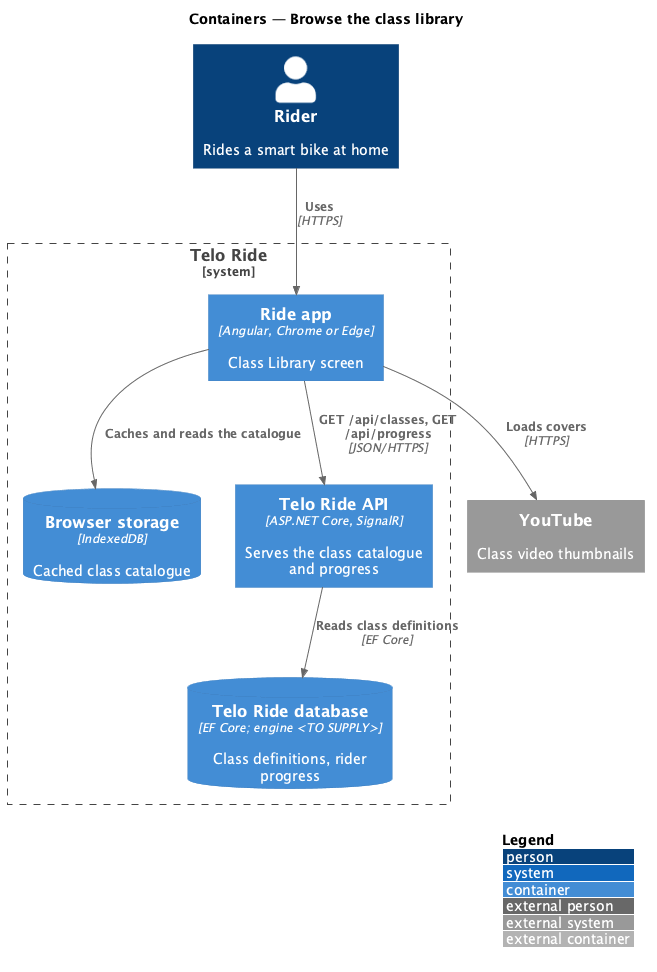
Above: docs/detailed-designs/classes/browse-the-class-library/diagrams/c4-container.png in QuinntyneBrown/ride-one (PlantUML), before the change.
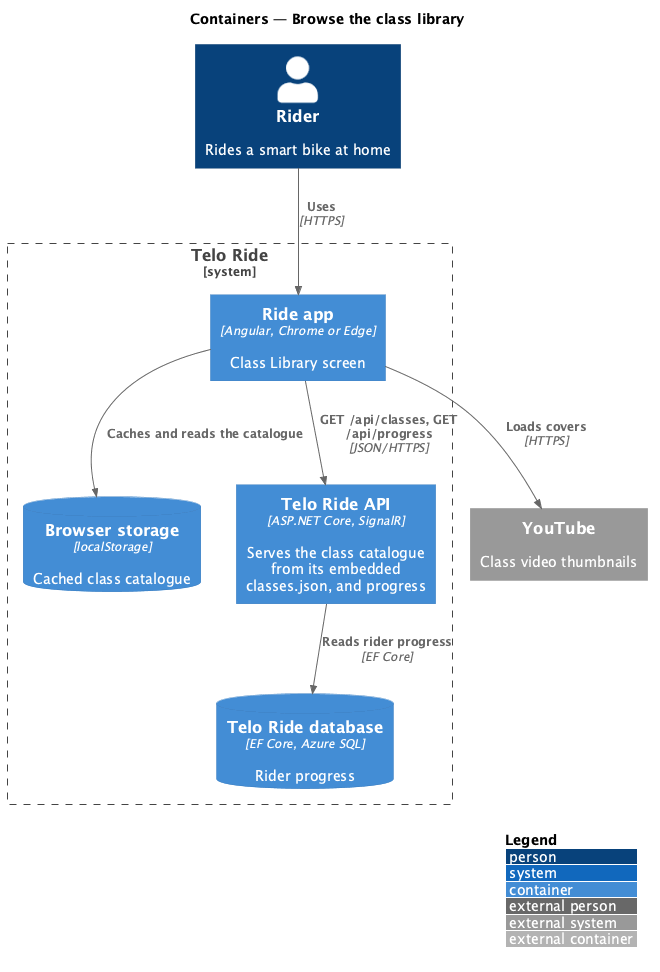
Later version of the same file.

Commit message:
Settle the class catalogue for slice 6.1

Change to the diagram source:
```diff
@@ -7,13 +7,13 @@
 System_Ext(youtube, "YouTube", "Class video thumbnails")
 System_Boundary(telo, "Telo Ride") {
   Container(app, "Ride app", "Angular, Chrome or Edge", "Class Library screen")
-  ContainerDb(idb, "Browser storage", "IndexedDB", "Cached class catalogue")
-  Container(api, "Telo Ride API", "ASP.NET Core, SignalR", "Serves the class catalogue and progress")
-  ContainerDb(db, "Telo Ride database", "EF Core; engine <TO SUPPLY>", "Class definitions, rider progress")
+  ContainerDb(idb, "Browser storage", "localStorage", "Cached class catalogue")
+  Container(api, "Telo Ride API", "ASP.NET Core, SignalR", "Serves the class catalogue from its embedded classes.json, and progress")
+  ContainerDb(db, "Telo Ride database", "EF Core, Azure SQL", "Rider progress")
 }
 Rel(rider, app, "Uses", "HTTPS")
 Rel(app, api, "GET /api/classes, GET /api/progress", "JSON/HTTPS")
 Rel(app, idb, "Caches and reads the catalogue")
 Rel(app, youtube, "Loads covers", "HTTPS")
-Rel(api, db, "Reads class definitions", "EF Core")
+Rel(api, db, "Reads rider progress", "EF Core")
 @enduml
```
